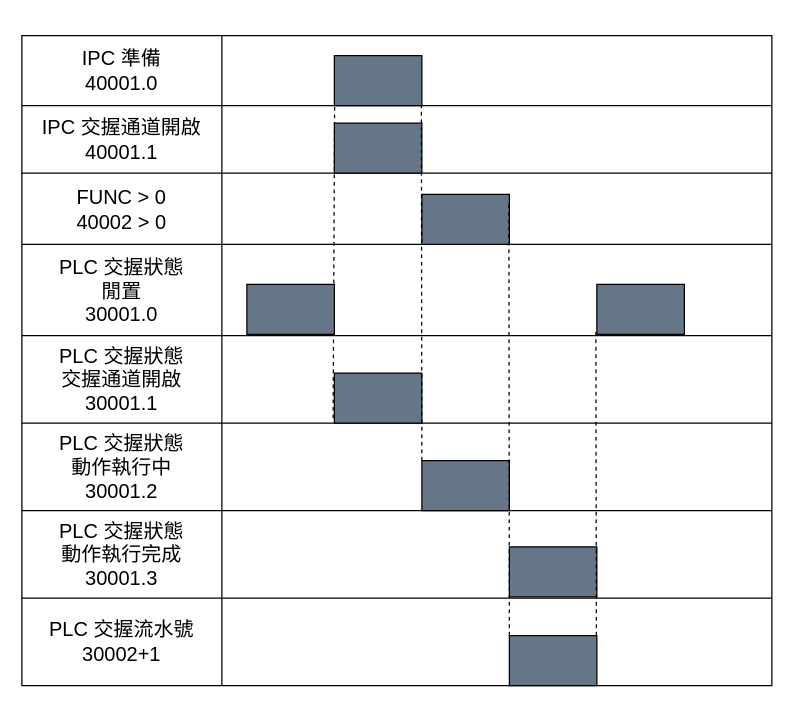
ChiangRyan/process-diagram keeps this draw.io diagram as 交握時序圖.drawio. Above is the earlier version. Source tidied: cells renumbered, new cells numbered last; positions are measured from the earlier drawing's top-left corner, leaving out a move shared by most shapes. Both pictures are drawn from the tidied source at 125%, with x=0, y=0 at pixel (21, 35).
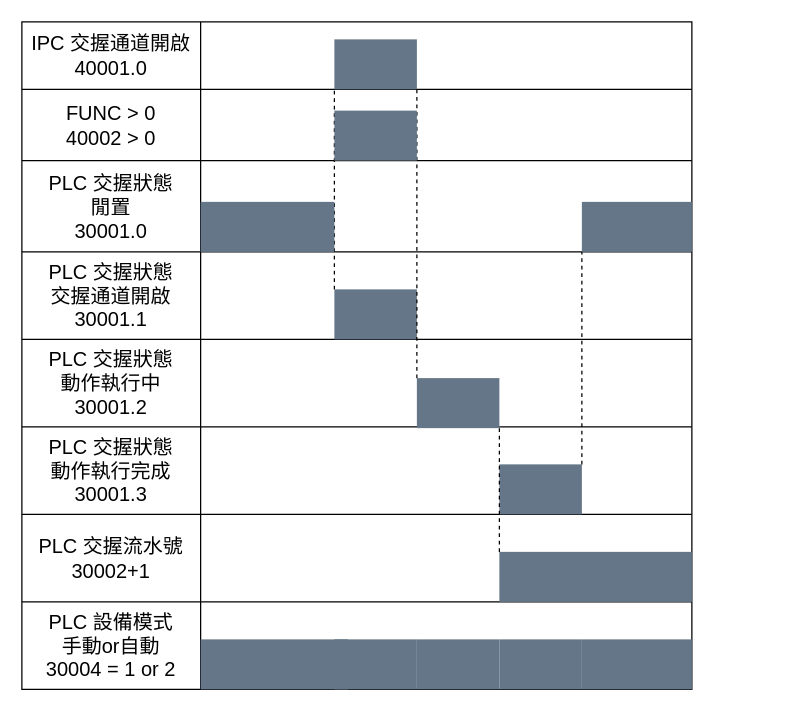
The same page after the edit.

Commit message:
更新交握時序圖.drawio

Diff of the diagram source:
```diff
@@
     <mxCell id="2" style="shape=table;startSize=0;childLayout=tableLayout;fontSize=16;strokeColor=default;swimlaneFillColor=none;gradientColor=none;fillColor=none;" parent="1" vertex="1">
-      <mxGeometry width="600" height="520" as="geometry" />
+      <mxGeometry y="-11" width="536" height="534" as="geometry" />
     </mxCell>
-    <mxCell id="3" style="shape=tableRow;horizontal=0;startSize=0;swimlaneHead=0;swimlaneBody=0;strokeColor=inherit;top=0;left=0;bottom=0;right=0;fillColor=none;fontSize=16;" parent="2" vertex="1">
-      <mxGeometry width="600" height="56" as="geometry" />
-    </mxCell>
-    <mxCell id="4" value="IPC 準備&lt;div&gt;40001.0&lt;/div&gt;" style="shape=partialRectangle;html=1;whiteSpace=wrap;strokeColor=inherit;overflow=hidden;fillColor=none;top=0;left=0;bottom=0;right=0;fontSize=16;" parent="3" vertex="1">
-      <mxGeometry width="160" height="56" as="geometry" />
-    </mxCell>
-    <mxCell id="5" style="shape=partialRectangle;html=1;whiteSpace=wrap;strokeColor=inherit;overflow=hidden;fillColor=none;top=0;left=0;bottom=0;right=0;fontSize=16;dashed=1;" parent="3" vertex="1">
-      <mxGeometry x="160" width="440" height="56" as="geometry" />
-    </mxCell>
     <mxCell id="6" style="shape=tableRow;horizontal=0;startSize=0;swimlaneHead=0;swimlaneBody=0;strokeColor=inherit;top=0;left=0;bottom=0;right=0;fillColor=none;points=[[0,0.5],[1,0.5]];portConstraint=eastwest;fontSize=16;" parent="2" vertex="1">
-      <mxGeometry y="56" width="600" height="54" as="geometry" />
+      <mxGeometry width="536" height="54" as="geometry" />
     </mxCell>
-    <mxCell id="7" value="IPC 交握通道開啟&lt;div&gt;40001.1&lt;/div&gt;" style="shape=partialRectangle;html=1;whiteSpace=wrap;strokeColor=inherit;overflow=hidden;fillColor=none;top=0;left=0;bottom=0;right=0;fontSize=16;" parent="6" vertex="1">
-      <mxGeometry width="160" height="54" as="geometry" />
+    <mxCell id="7" value="IPC 交握通道開啟&lt;div&gt;40001.0&lt;/div&gt;" style="shape=partialRectangle;html=1;whiteSpace=wrap;strokeColor=inherit;overflow=hidden;fillColor=none;top=0;left=0;bottom=0;right=0;fontSize=16;" parent="6" vertex="1">
+      <mxGeometry width="143" height="54" as="geometry" />
     </mxCell>
     <mxCell id="8" style="shape=partialRectangle;html=1;whiteSpace=wrap;strokeColor=inherit;overflow=hidden;fillColor=none;top=0;left=0;bottom=0;right=0;fontSize=16;" parent="6" vertex="1">
-      <mxGeometry x="160" width="440" height="54" as="geometry" />
+      <mxGeometry x="143" width="393" height="54" as="geometry" />
     </mxCell>
     <mxCell id="9" style="shape=tableRow;horizontal=0;startSize=0;swimlaneHead=0;swimlaneBody=0;strokeColor=inherit;top=0;left=0;bottom=0;right=0;fillColor=none;fontSize=16;" parent="2" vertex="1">
-      <mxGeometry y="110" width="600" height="57" as="geometry" />
+      <mxGeometry y="54" width="536" height="57" as="geometry" />
     </mxCell>
     <mxCell id="10" value="FUNC &amp;gt; 0&lt;div&gt;40002 &amp;gt; 0&lt;/div&gt;" style="shape=partialRectangle;html=1;whiteSpace=wrap;strokeColor=inherit;overflow=hidden;fillColor=none;top=0;left=0;bottom=0;right=0;fontSize=16;" parent="9" vertex="1">
-      <mxGeometry width="160" height="57" as="geometry" />
+      <mxGeometry width="143" height="57" as="geometry" />
     </mxCell>
     <mxCell id="11" style="shape=partialRectangle;html=1;whiteSpace=wrap;strokeColor=inherit;overflow=hidden;fillColor=none;top=0;left=0;bottom=0;right=0;fontSize=16;" parent="9" vertex="1">
-      <mxGeometry x="160" width="440" height="57" as="geometry" />
+      <mxGeometry x="143" width="393" height="57" as="geometry" />
     </mxCell>
     <mxCell id="12" style="shape=tableRow;horizontal=0;startSize=0;swimlaneHead=0;swimlaneBody=0;strokeColor=inherit;top=0;left=0;bottom=0;right=0;fillColor=none;fontSize=16;" parent="2" vertex="1">
-      <mxGeometry y="167" width="600" height="73" as="geometry" />
+      <mxGeometry y="111" width="536" height="73" as="geometry" />
     </mxCell>
     <mxCell id="13" value="PLC 交握狀態&lt;div&gt;閒置&lt;/div&gt;&lt;div&gt;30001.0&lt;/div&gt;" style="shape=partialRectangle;html=1;whiteSpace=wrap;strokeColor=inherit;overflow=hidden;fillColor=none;top=0;left=0;bottom=0;right=0;fontSize=16;" parent="12" vertex="1">
-      <mxGeometry width="160" height="73" as="geometry" />
+      <mxGeometry width="143" height="73" as="geometry" />
     </mxCell>
     <mxCell id="14" style="shape=partialRectangle;html=1;whiteSpace=wrap;strokeColor=inherit;overflow=hidden;fillColor=none;top=0;left=0;bottom=0;right=0;fontSize=16;" parent="12" vertex="1">
-      <mxGeometry x="160" width="440" height="73" as="geometry" />
+      <mxGeometry x="143" width="393" height="73" as="geometry" />
     </mxCell>
     <mxCell id="15" style="shape=tableRow;horizontal=0;startSize=0;swimlaneHead=0;swimlaneBody=0;strokeColor=inherit;top=0;left=0;bottom=0;right=0;fillColor=none;fontSize=16;" parent="2" vertex="1">
-      <mxGeometry y="240" width="600" height="70" as="geometry" />
+      <mxGeometry y="184" width="536" height="70" as="geometry" />
     </mxCell>
     <mxCell id="16" value="PLC 交握狀態&lt;div&gt;交握通道開啟&lt;/div&gt;&lt;div&gt;30001.1&lt;/div&gt;" style="shape=partialRectangle;html=1;whiteSpace=wrap;strokeColor=inherit;overflow=hidden;fillColor=none;top=0;left=0;bottom=0;right=0;fontSize=16;" parent="15" vertex="1">
-      <mxGeometry width="160" height="70" as="geometry" />
+      <mxGeometry width="143" height="70" as="geometry" />
     </mxCell>
     <mxCell id="17" style="shape=partialRectangle;html=1;whiteSpace=wrap;strokeColor=inherit;overflow=hidden;fillColor=none;top=0;left=0;bottom=0;right=0;fontSize=16;" parent="15" vertex="1">
-      <mxGeometry x="160" width="440" height="70" as="geometry" />
+      <mxGeometry x="143" width="393" height="70" as="geometry" />
     </mxCell>
     <mxCell id="18" style="shape=tableRow;horizontal=0;startSize=0;swimlaneHead=0;swimlaneBody=0;strokeColor=inherit;top=0;left=0;bottom=0;right=0;fillColor=none;points=[[0,0.5],[1,0.5]];portConstraint=eastwest;fontSize=16;" parent="2" vertex="1">
-      <mxGeometry y="310" width="600" height="70" as="geometry" />
+      <mxGeometry y="254" width="536" height="70" as="geometry" />
     </mxCell>
     <mxCell id="19" value="PLC 交握狀態&lt;div&gt;動作執行中&lt;/div&gt;&lt;div&gt;30001.2&lt;/div&gt;" style="shape=partialRectangle;html=1;whiteSpace=wrap;strokeColor=inherit;overflow=hidden;fillColor=none;top=0;left=0;bottom=0;right=0;fontSize=16;" parent="18" vertex="1">
-      <mxGeometry width="160" height="70" as="geometry" />
+      <mxGeometry width="143" height="70" as="geometry" />
     </mxCell>
     <mxCell id="20" style="shape=partialRectangle;html=1;whiteSpace=wrap;strokeColor=inherit;overflow=hidden;fillColor=none;top=0;left=0;bottom=0;right=0;fontSize=16;" parent="18" vertex="1">
-      <mxGeometry x="160" width="440" height="70" as="geometry" />
+      <mxGeometry x="143" width="393" height="70" as="geometry" />
     </mxCell>
     <mxCell id="21" style="shape=tableRow;horizontal=0;startSize=0;swimlaneHead=0;swimlaneBody=0;strokeColor=inherit;top=0;left=0;bottom=0;right=0;fillColor=none;fontSize=16;" parent="2" vertex="1">
-      <mxGeometry y="380" width="600" height="70" as="geometry" />
+      <mxGeometry y="324" width="536" height="70" as="geometry" />
     </mxCell>
     <mxCell id="22" value="PLC 交握狀態&lt;div&gt;動作執行完成&lt;/div&gt;&lt;div&gt;30001.3&lt;/div&gt;" style="shape=partialRectangle;html=1;whiteSpace=wrap;strokeColor=inherit;overflow=hidden;fillColor=none;top=0;left=0;bottom=0;right=0;fontSize=16;" parent="21" vertex="1">
-      <mxGeometry width="160" height="70" as="geometry" />
+      <mxGeometry width="143" height="70" as="geometry" />
     </mxCell>
     <mxCell id="23" style="shape=partialRectangle;html=1;whiteSpace=wrap;strokeColor=inherit;overflow=hidden;fillColor=none;top=0;left=0;bottom=0;right=0;fontSize=16;" parent="21" vertex="1">
-      <mxGeometry x="160" width="440" height="70" as="geometry" />
+      <mxGeometry x="143" width="393" height="70" as="geometry" />
     </mxCell>
     <mxCell id="24" style="shape=tableRow;horizontal=0;startSize=0;swimlaneHead=0;swimlaneBody=0;strokeColor=inherit;top=0;left=0;bottom=0;right=0;fillColor=none;fontSize=16;" parent="2" vertex="1">
-      <mxGeometry y="450" width="600" height="70" as="geometry" />
+      <mxGeometry y="394" width="536" height="70" as="geometry" />
     </mxCell>
     <mxCell id="25" value="PLC 交握流水號&lt;div&gt;30002+1&lt;/div&gt;" style="shape=partialRectangle;html=1;whiteSpace=wrap;strokeColor=inherit;overflow=hidden;fillColor=none;top=0;left=0;bottom=0;right=0;fontSize=16;" parent="24" vertex="1">
-      <mxGeometry width="160" height="70" as="geometry" />
+      <mxGeometry width="143" height="70" as="geometry" />
     </mxCell>
     <mxCell id="26" style="shape=partialRectangle;html=1;whiteSpace=wrap;strokeColor=inherit;overflow=hidden;fillColor=none;top=0;left=0;bottom=0;right=0;fontSize=16;" parent="24" vertex="1">
-      <mxGeometry x="160" width="440" height="70" as="geometry" />
+      <mxGeometry x="143" width="393" height="70" as="geometry" />
     </mxCell>
+    <mxCell id="40" style="shape=tableRow;horizontal=0;startSize=0;swimlaneHead=0;swimlaneBody=0;strokeColor=inherit;top=0;left=0;bottom=0;right=0;fillColor=none;fontSize=16;" parent="2" vertex="1">
+      <mxGeometry y="464" width="536" height="70" as="geometry" />
+    </mxCell>
+    <mxCell id="41" value="PLC 設備模式&lt;div&gt;手動or自動&lt;/div&gt;&lt;div&gt;30004 = 1 or 2&lt;/div&gt;" style="shape=partialRectangle;html=1;whiteSpace=wrap;strokeColor=inherit;overflow=hidden;fillColor=none;top=0;left=0;bottom=0;right=0;fontSize=16;" parent="40" vertex="1">
+      <mxGeometry width="143" height="70" as="geometry" />
+    </mxCell>
+    <mxCell id="42" style="shape=partialRectangle;html=1;whiteSpace=wrap;strokeColor=inherit;overflow=hidden;fillColor=none;top=0;left=0;bottom=0;right=0;fontSize=16;" parent="40" vertex="1">
+      <mxGeometry x="143" width="393" height="70" as="geometry" />
+    </mxCell>
+    <mxCell id="29" style="rounded=0;whiteSpace=wrap;html=1;fillColor=#647687;fontColor=#ffffff;strokeColor=none;gradientColor=none;" parent="1" vertex="1">
+      <mxGeometry x="250" y="3" width="66" height="40" as="geometry" />
+    </mxCell>
-    <mxCell id="27" style="endArrow=none;dashed=1;html=1;rounded=0;entryX=0.417;entryY=-0.013;entryDx=0;entryDy=0;entryPerimeter=0;exitX=0.415;exitY=-0.055;exitDx=0;exitDy=0;exitPerimeter=0;" parent="2" edge="1" source="18" target="6">
+    <mxCell id="27" style="endArrow=none;dashed=1;html=1;rounded=0;exitX=0;exitY=0;exitDx=0;exitDy=0;entryX=0;entryY=1;entryDx=0;entryDy=0;" parent="1" edge="1" source="43" target="29">
       <mxGeometry relative="1" as="geometry" />
     </mxCell>
-    <mxCell id="28" style="rounded=0;whiteSpace=wrap;html=1;fillColor=#647687;fontColor=#ffffff;strokeColor=default;gradientColor=none;" parent="1" vertex="1">
-      <mxGeometry x="250" y="16" width="70" height="40" as="geometry" />
-    </mxCell>
-    <mxCell id="29" style="rounded=0;whiteSpace=wrap;html=1;fillColor=#647687;fontColor=#ffffff;strokeColor=default;gradientColor=none;" parent="1" vertex="1">
-      <mxGeometry x="250" y="70" width="70" height="40" as="geometry" />
-    </mxCell>
-    <mxCell id="30" style="rounded=0;whiteSpace=wrap;html=1;fillColor=#647687;fontColor=#ffffff;strokeColor=default;gradientColor=none;" parent="1" vertex="1">
-      <mxGeometry x="180" y="199" width="70" height="40" as="geometry" />
-    </mxCell>
-    <mxCell id="31" style="rounded=0;whiteSpace=wrap;html=1;fillColor=#647687;fontColor=#ffffff;strokeColor=default;gradientColor=none;" parent="1" vertex="1">
-      <mxGeometry x="250" y="270" width="70" height="40" as="geometry" />
-    </mxCell>
-    <mxCell id="32" style="rounded=0;whiteSpace=wrap;html=1;fillColor=#647687;fontColor=#ffffff;strokeColor=default;gradientColor=none;" parent="1" vertex="1">
-      <mxGeometry x="320" y="340" width="70" height="40" as="geometry" />
-    </mxCell>
-    <mxCell id="33" style="rounded=0;whiteSpace=wrap;html=1;fillColor=#647687;fontColor=#ffffff;strokeColor=default;gradientColor=none;" parent="1" vertex="1">
-      <mxGeometry x="390" y="409" width="70" height="40" as="geometry" />
-    </mxCell>
-    <mxCell id="34" style="rounded=0;whiteSpace=wrap;html=1;fillColor=#647687;fontColor=#ffffff;strokeColor=default;gradientColor=none;" parent="1" vertex="1">
-      <mxGeometry x="390" y="480" width="70" height="40" as="geometry" />
-    </mxCell>
-    <mxCell id="35" style="rounded=0;whiteSpace=wrap;html=1;fillColor=#647687;fontColor=#ffffff;strokeColor=default;gradientColor=none;" parent="1" vertex="1">
-      <mxGeometry x="460" y="199" width="70" height="40" as="geometry" />
-    </mxCell>
-    <mxCell id="36" style="rounded=0;whiteSpace=wrap;html=1;fillColor=#647687;fontColor=#ffffff;strokeColor=default;gradientColor=none;" parent="1" vertex="1">
-      <mxGeometry x="320" y="127" width="70" height="40" as="geometry" />
-    </mxCell>
-    <mxCell id="37" style="endArrow=none;dashed=1;html=1;rounded=0;entryX=0.417;entryY=-0.013;entryDx=0;entryDy=0;entryPerimeter=0;exitX=0;exitY=0;exitDx=0;exitDy=0;" parent="1" edge="1" source="32">
-      <mxGeometry relative="1" as="geometry">
-        <mxPoint x="319.6" y="56" as="targetPoint" />
-      </mxGeometry>
-    </mxCell>
-    <mxCell id="38" style="endArrow=none;dashed=1;html=1;rounded=0;entryX=0.417;entryY=-0.013;entryDx=0;entryDy=0;entryPerimeter=0;exitX=0;exitY=0;exitDx=0;exitDy=0;" parent="1" edge="1" source="34">
-      <mxGeometry relative="1" as="geometry">
-        <mxPoint x="389.6" y="134.5" as="targetPoint" />
-      </mxGeometry>
-    </mxCell>
-    <mxCell id="39" style="endArrow=none;dashed=1;html=1;rounded=0;entryX=0.417;entryY=-0.013;entryDx=0;entryDy=0;entryPerimeter=0;" parent="1" edge="1">
-      <mxGeometry relative="1" as="geometry">
-        <mxPoint x="459.6" y="480" as="sourcePoint" />
-        <mxPoint x="459.2" y="234.5" as="targetPoint" />
-      </mxGeometry>
-    </mxCell>
+    <mxCell id="43" style="rounded=0;whiteSpace=wrap;html=1;fillColor=#647687;fontColor=#ffffff;strokeColor=none;gradientColor=none;" parent="1" vertex="1">
+      <mxGeometry x="250" y="203" width="66" height="40" as="geometry" />
+    </mxCell>
+    <mxCell id="44" style="endArrow=none;dashed=1;html=1;rounded=0;entryX=1;entryY=1;entryDx=0;entryDy=0;exitX=0;exitY=0;exitDx=0;exitDy=0;" parent="1" edge="1" source="45" target="29">
+      <mxGeometry relative="1" as="geometry" />
+    </mxCell>
+    <mxCell id="45" style="rounded=0;whiteSpace=wrap;html=1;fillColor=#647687;fontColor=#ffffff;strokeColor=none;gradientColor=none;" parent="1" vertex="1">
+      <mxGeometry x="316" y="274" width="66" height="40" as="geometry" />
+    </mxCell>
+    <mxCell id="46" style="rounded=0;whiteSpace=wrap;html=1;fillColor=#647687;fontColor=#ffffff;strokeColor=none;gradientColor=none;" parent="1" vertex="1">
+      <mxGeometry x="382" y="343" width="66" height="40" as="geometry" />
+    </mxCell>
+    <mxCell id="47" style="rounded=0;whiteSpace=wrap;html=1;fillColor=#647687;fontColor=#ffffff;strokeColor=none;gradientColor=none;" parent="1" vertex="1">
+      <mxGeometry x="382" y="413" width="154" height="40" as="geometry" />
+    </mxCell>
+    <mxCell id="48" style="rounded=0;whiteSpace=wrap;html=1;fillColor=#647687;fontColor=#ffffff;strokeColor=none;gradientColor=none;" parent="1" vertex="1">
+      <mxGeometry x="143" y="133" width="107" height="40" as="geometry" />
+    </mxCell>
+    <mxCell id="49" style="rounded=0;whiteSpace=wrap;html=1;fillColor=#647687;fontColor=#ffffff;strokeColor=none;gradientColor=none;" parent="1" vertex="1">
+      <mxGeometry x="143" y="483" width="118" height="40" as="geometry" />
+    </mxCell>
+    <mxCell id="50" style="rounded=0;whiteSpace=wrap;html=1;fillColor=#647687;fontColor=#ffffff;strokeColor=none;gradientColor=none;" parent="1" vertex="1">
+      <mxGeometry x="250" y="483" width="66" height="40" as="geometry" />
+    </mxCell>
+    <mxCell id="51" style="rounded=0;whiteSpace=wrap;html=1;fillColor=#647687;fontColor=#ffffff;strokeColor=none;gradientColor=none;" parent="1" vertex="1">
+      <mxGeometry x="316" y="483" width="66" height="40" as="geometry" />
+    </mxCell>
+    <mxCell id="52" style="rounded=0;whiteSpace=wrap;html=1;fillColor=#647687;fontColor=#ffffff;strokeColor=none;gradientColor=none;" parent="1" vertex="1">
+      <mxGeometry x="382" y="483" width="66" height="40" as="geometry" />
+    </mxCell>
+    <mxCell id="53" style="rounded=0;whiteSpace=wrap;html=1;fillColor=#647687;fontColor=#ffffff;strokeColor=none;gradientColor=none;" parent="1" vertex="1">
+      <mxGeometry x="448" y="483" width="88" height="40" as="geometry" />
+    </mxCell>
+    <mxCell id="54" style="endArrow=none;dashed=1;html=1;rounded=0;entryX=1;entryY=1;entryDx=0;entryDy=0;exitX=0;exitY=0;exitDx=0;exitDy=0;" parent="1" edge="1" source="47" target="45">
+      <mxGeometry relative="1" as="geometry" />
+    </mxCell>
+    <mxCell id="55" style="rounded=0;whiteSpace=wrap;html=1;fillColor=#647687;fontColor=#ffffff;strokeColor=none;gradientColor=none;" parent="1" vertex="1">
+      <mxGeometry x="448" y="133" width="88" height="40" as="geometry" />
+    </mxCell>
+    <mxCell id="56" style="endArrow=none;dashed=1;html=1;rounded=0;entryX=0;entryY=1;entryDx=0;entryDy=0;exitX=1;exitY=0;exitDx=0;exitDy=0;" parent="1" edge="1" source="46" target="55">
+      <mxGeometry relative="1" as="geometry" />
+    </mxCell>
+    <mxCell id="57" style="rounded=0;whiteSpace=wrap;html=1;fillColor=#647687;fontColor=#ffffff;strokeColor=none;gradientColor=none;" parent="1" vertex="1">
+      <mxGeometry x="250" y="60" width="66" height="40" as="geometry" />
+    </mxCell>
```
